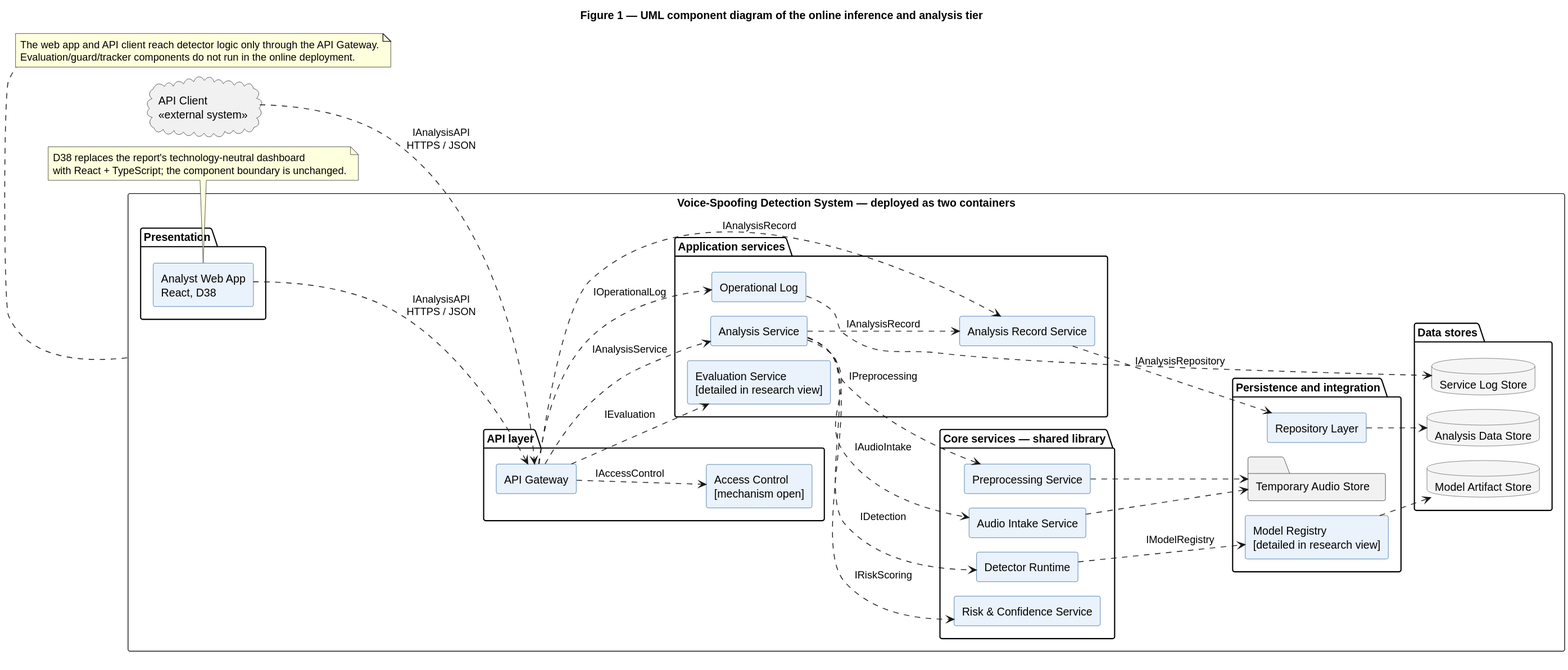
Earlier version of the PlantUML export docs/uml/component-online.svg (kahlanzzi/voice-spoofing-detection). The source it was exported from:
```plantuml
@startuml
!pragma layout smetana
title Figure 1 — UML component diagram of the online inference and analysis tier
left to right direction

skinparam shadowing false
skinparam backgroundColor white
skinparam componentStyle rectangle
skinparam component {
  BackgroundColor #EAF2FB
  BorderColor #1F5A99
}
skinparam database {
  BackgroundColor #F5F5F5
  BorderColor #555555
}

cloud "API Client\n<<external system>>" as ApiClient

rectangle "Voice-Spoofing Detection System — deployed as two containers" as System {
  package "Presentation" {
    component "Analyst Web App\nReact, D38" as Dashboard
  }

  package "API layer" {
    component "API Gateway" as Gateway
    component "Access Control\n[mechanism open]" as Access
  }

  package "Application services" {
    component "Evaluation Service\n[detailed in research view]" as Evaluation
    component "Analysis Service" as Analysis
    component "Analysis Record Service" as Record
    component "Operational Log" as OpLog
  }

  package "Core services — shared library" {
    component "Audio Intake Service" as Intake
    component "Preprocessing Service" as Preprocess
    component "Detector Runtime" as Detector
    component "Risk & Confidence Service" as Risk
  }

  package "Persistence and integration" {
    component "Model Registry\n[detailed in research view]" as Registry
    component "Repository Layer" as Repository
    folder "Temporary Audio Store" as TempAudio
  }

  package "Data stores" {
    database "Model Artifact Store" as ModelStore
    database "Analysis Data Store" as AnalysisStore
    database "Service Log Store" as LogStore
  }
}

Dashboard ..> Gateway : IAnalysisAPI\nHTTPS / JSON
ApiClient ..> Gateway : IAnalysisAPI\nHTTPS / JSON
Gateway ..> Access : IAccessControl
Gateway ..> Evaluation : IEvaluation
Gateway ..> Analysis : IAnalysisService
Gateway ..> Record : IAnalysisRecord
Gateway ..> OpLog : IOperationalLog

Analysis ..> Intake : IAudioIntake
Analysis ..> Preprocess : IPreprocessing
Analysis ..> Detector : IDetection
Analysis ..> Risk : IRiskScoring
Analysis ..> Record : IAnalysisRecord

Intake ..> TempAudio
Preprocess ..> TempAudio
Detector ..> Registry : IModelRegistry
Registry ..> ModelStore
Record ..> Repository : IAnalysisRepository
Repository ..> AnalysisStore
OpLog ..> LogStore

note bottom of Dashboard
  D38 replaces the report's technology-neutral dashboard
  with React + TypeScript; the component boundary is unchanged.
end note

note bottom of System
  The web app and API client reach detector logic only through the API Gateway.
  Evaluation/guard/tracker components do not run in the online deployment.
end note
@enduml
```
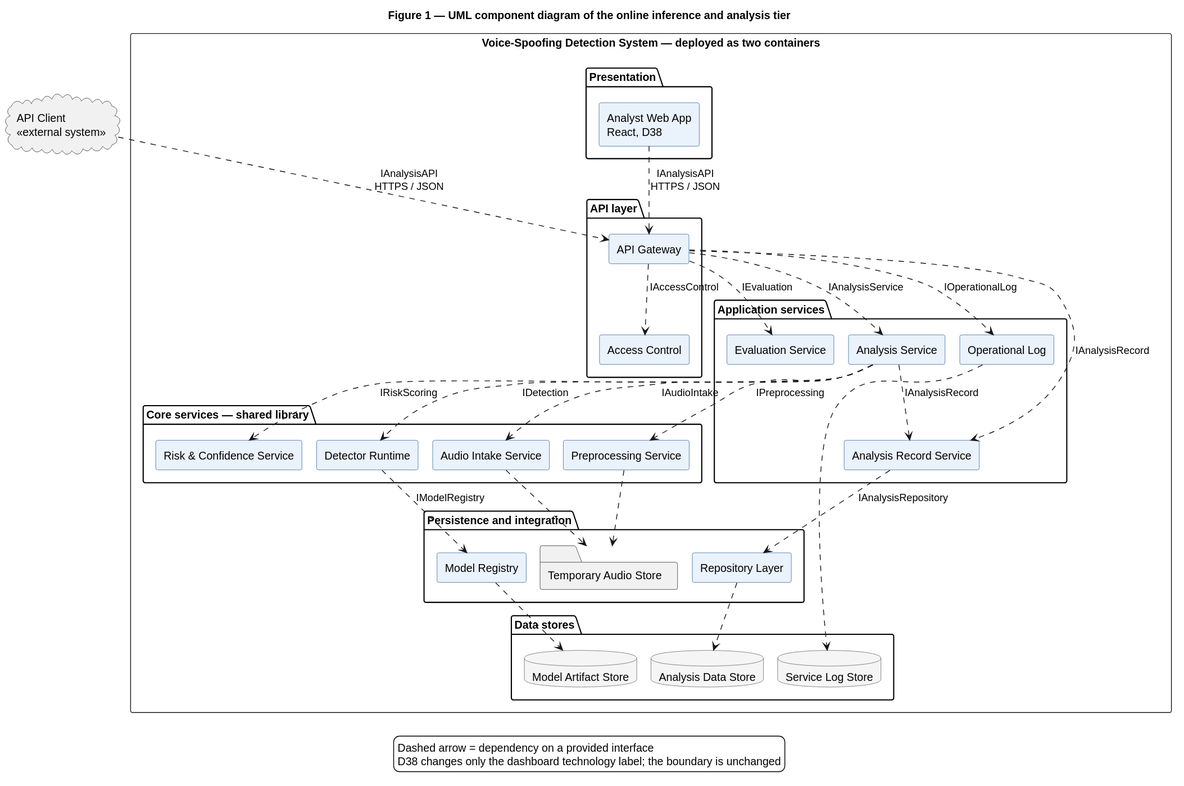
Above is the later version.

Diff of the diagram source:
```diff
@@ -1,7 +1,7 @@
 @startuml
 !pragma layout smetana
 title Figure 1 — UML component diagram of the online inference and analysis tier
-left to right direction
+top to bottom direction
 
 skinparam shadowing false
 skinparam backgroundColor white
@@ -24,11 +24,11 @@
 
   package "API layer" {
     component "API Gateway" as Gateway
-    component "Access Control\n[mechanism open]" as Access
+    component "Access Control" as Access
   }
 
   package "Application services" {
-    component "Evaluation Service\n[detailed in research view]" as Evaluation
+    component "Evaluation Service" as Evaluation
     component "Analysis Service" as Analysis
     component "Analysis Record Service" as Record
     component "Operational Log" as OpLog
@@ -42,7 +42,7 @@
   }
 
   package "Persistence and integration" {
-    component "Model Registry\n[detailed in research view]" as Registry
+    component "Model Registry" as Registry
     component "Repository Layer" as Repository
     folder "Temporary Audio Store" as TempAudio
   }
@@ -76,13 +76,8 @@
 Repository ..> AnalysisStore
 OpLog ..> LogStore
 
-note bottom of Dashboard
-  D38 replaces the report's technology-neutral dashboard
-  with React + TypeScript; the component boundary is unchanged.
-end note
-
-note bottom of System
-  The web app and API client reach detector logic only through the API Gateway.
-  Evaluation/guard/tracker components do not run in the online deployment.
-end note
+legend bottom
+  Dashed arrow = dependency on a provided interface
+  D38 changes only the dashboard technology label; the boundary is unchanged
+endlegend
 @enduml
```
